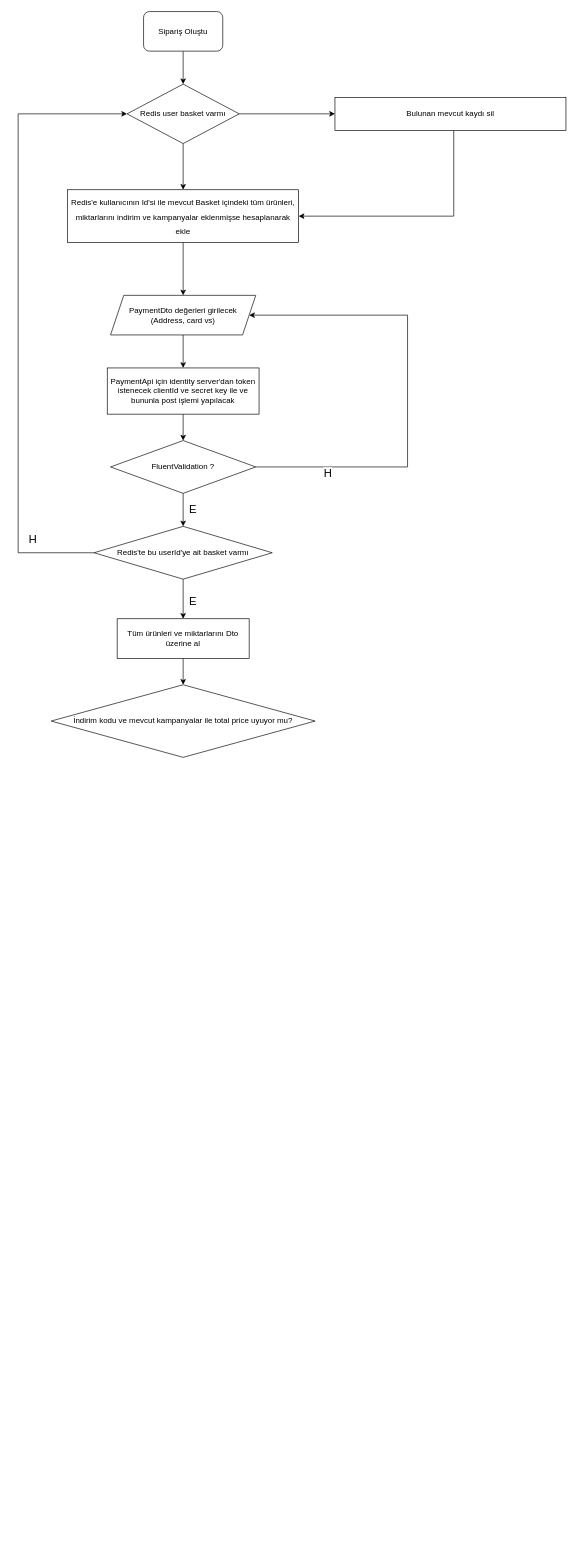
Earlier version of the draw.io diagram FlowCharts/Payment.drawio (serhatayata/ECProject-Microservices). Source tidied: cells renumbered, new cells numbered last; positions are measured from the earlier drawing's top-left corner, leaving out a move shared by most shapes. Both pictures are drawn from the tidied source at 66%, with x=0, y=0 at pixel (18, 11).
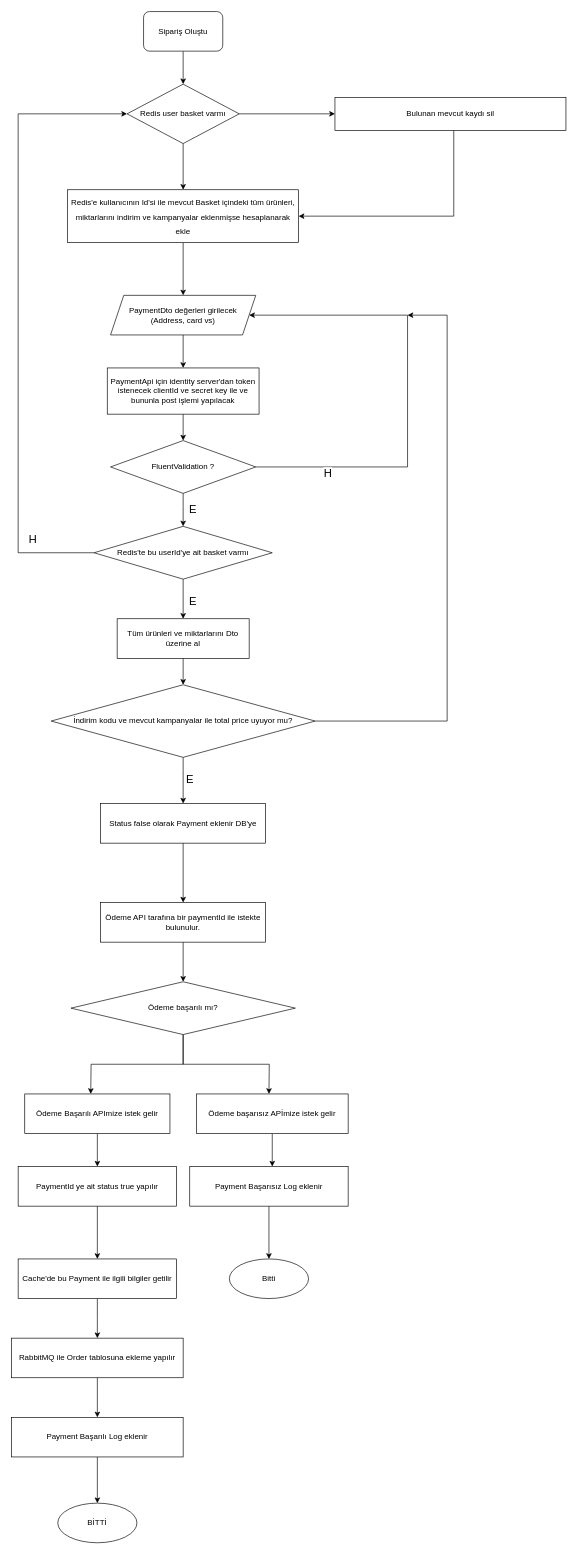
After the change.

The change refers to these unchanged cells:
```xml
<mxCell id="27" value="İndirim kodu ve mevcut kampanyalar ile total price uyuyor mu?" style="rhombus;whiteSpace=wrap;html=1;" parent="1" vertex="1">
  <mxGeometry x="50" y="1020" width="400" height="110" as="geometry" />
</mxCell>
```

What changed in the source:
```diff
@@
+    <mxCell id="28" value="E" style="edgeStyle=orthogonalEdgeStyle;rounded=0;jettySize=auto;html=1;fontSize=17;" parent="1" edge="1" source="27">
+      <mxGeometry y="10" relative="1" as="geometry">
+        <mxPoint x="250" y="1200" as="targetPoint" />
+        <Array as="points">
+          <mxPoint x="250" y="1150" />
+          <mxPoint x="250" y="1150" />
+        </Array>
+      </mxGeometry>
+    </mxCell>
+    <mxCell id="29" style="edgeStyle=orthogonalEdgeStyle;rounded=0;jettySize=auto;html=1;" parent="1" edge="1" source="27">
+      <mxGeometry relative="1" as="geometry">
+        <mxPoint x="590" y="460" as="targetPoint" />
+        <Array as="points">
+          <mxPoint x="650" y="1075" />
+          <mxPoint x="650" y="460" />
+          <mxPoint x="590" y="460" />
+        </Array>
+      </mxGeometry>
+    </mxCell>
@@
+    <mxCell id="30" style="edgeStyle=orthogonalEdgeStyle;rounded=0;jettySize=auto;html=1;" parent="1" edge="1" source="31" target="34">
+      <mxGeometry relative="1" as="geometry" />
+    </mxCell>
+    <mxCell id="31" value="Ödeme API tarafına bir paymentId ile istekte bulunulur." style="whiteSpace=wrap;html=1;" parent="1" vertex="1">
+      <mxGeometry x="125" y="1350" width="250" height="60" as="geometry" />
+    </mxCell>
+    <mxCell id="32" style="edgeStyle=orthogonalEdgeStyle;rounded=0;jettySize=auto;html=1;" parent="1" edge="1" source="34">
+      <mxGeometry relative="1" as="geometry">
+        <mxPoint x="110" y="1640" as="targetPoint" />
+      </mxGeometry>
+    </mxCell>
+    <mxCell id="33" style="edgeStyle=orthogonalEdgeStyle;rounded=0;jettySize=auto;html=1;" parent="1" edge="1" source="34">
+      <mxGeometry relative="1" as="geometry">
+        <mxPoint x="380" y="1640" as="targetPoint" />
+      </mxGeometry>
+    </mxCell>
+    <mxCell id="34" value="Ödeme başarılı mı?" style="rhombus;whiteSpace=wrap;html=1;" parent="1" vertex="1">
+      <mxGeometry x="80" y="1470" width="340" height="80" as="geometry" />
+    </mxCell>
+    <mxCell id="35" style="edgeStyle=orthogonalEdgeStyle;rounded=0;jettySize=auto;html=1;" parent="1" edge="1" source="36">
+      <mxGeometry relative="1" as="geometry">
+        <mxPoint x="120" y="1750" as="targetPoint" />
+      </mxGeometry>
+    </mxCell>
+    <mxCell id="36" value="Ödeme Başarılı APImize istek gelir" style="rounded=0;whiteSpace=wrap;html=1;" parent="1" vertex="1">
+      <mxGeometry x="10" y="1640" width="220" height="60" as="geometry" />
+    </mxCell>
+    <mxCell id="37" style="edgeStyle=orthogonalEdgeStyle;rounded=0;jettySize=auto;html=1;" parent="1" edge="1" source="38">
+      <mxGeometry relative="1" as="geometry">
+        <mxPoint x="385" y="1750" as="targetPoint" />
+      </mxGeometry>
+    </mxCell>
+    <mxCell id="38" value="Ödeme başarısız APİmize istek gelir" style="rounded=0;whiteSpace=wrap;html=1;" parent="1" vertex="1">
+      <mxGeometry x="270" y="1640" width="230" height="60" as="geometry" />
+    </mxCell>
+    <mxCell id="39" style="edgeStyle=orthogonalEdgeStyle;rounded=0;jettySize=auto;html=1;" parent="1" edge="1" source="40">
+      <mxGeometry relative="1" as="geometry">
+        <mxPoint x="120" y="2010" as="targetPoint" />
+      </mxGeometry>
+    </mxCell>
+    <mxCell id="40" value="Cache'de bu Payment ile ilgili bilgiler getilir" style="whiteSpace=wrap;html=1;rounded=0;" parent="1" vertex="1">
+      <mxGeometry y="1890" width="240" height="60" as="geometry" />
+    </mxCell>
+    <mxCell id="41" style="edgeStyle=orthogonalEdgeStyle;rounded=0;jettySize=auto;html=1;" parent="1" edge="1" source="42" target="43">
+      <mxGeometry relative="1" as="geometry" />
+    </mxCell>
+    <mxCell id="42" value="Payment Başarılı Log eklenir" style="whiteSpace=wrap;html=1;rounded=0;" parent="1" vertex="1">
+      <mxGeometry x="-10" y="2130" width="260" height="60" as="geometry" />
+    </mxCell>
+    <mxCell id="43" value="BİTTİ" style="ellipse;whiteSpace=wrap;html=1;rounded=0;" parent="1" vertex="1">
+      <mxGeometry x="60" y="2260" width="120" height="60" as="geometry" />
+    </mxCell>
+    <mxCell id="44" style="edgeStyle=orthogonalEdgeStyle;rounded=0;jettySize=auto;html=1;" parent="1" edge="1" source="45" target="31">
+      <mxGeometry relative="1" as="geometry" />
+    </mxCell>
+    <mxCell id="45" value="Status false olarak Payment eklenir DB'ye" style="whiteSpace=wrap;html=1;" parent="1" vertex="1">
+      <mxGeometry x="125" y="1200" width="250" height="60" as="geometry" />
+    </mxCell>
+    <mxCell id="46" style="edgeStyle=orthogonalEdgeStyle;rounded=0;jettySize=auto;html=1;" parent="1" edge="1" source="47" target="40">
+      <mxGeometry relative="1" as="geometry" />
+    </mxCell>
+    <mxCell id="47" value="PaymentId ye ait status true yapılır" style="whiteSpace=wrap;html=1;rounded=0;" parent="1" vertex="1">
+      <mxGeometry y="1750" width="240" height="60" as="geometry" />
+    </mxCell>
+    <mxCell id="48" style="edgeStyle=orthogonalEdgeStyle;rounded=0;jettySize=auto;html=1;" parent="1" edge="1" source="49" target="52">
+      <mxGeometry relative="1" as="geometry" />
+    </mxCell>
+    <mxCell id="49" value="Payment Başarısız Log eklenir" style="whiteSpace=wrap;html=1;rounded=0;" parent="1" vertex="1">
+      <mxGeometry x="260" y="1750" width="240" height="60" as="geometry" />
+    </mxCell>
+    <mxCell id="50" style="edgeStyle=orthogonalEdgeStyle;rounded=0;jettySize=auto;html=1;" parent="1" edge="1" source="51" target="42">
+      <mxGeometry relative="1" as="geometry" />
+    </mxCell>
+    <mxCell id="51" value="RabbitMQ ile Order tablosuna ekleme yapılır" style="whiteSpace=wrap;html=1;rounded=0;" parent="1" vertex="1">
+      <mxGeometry x="-10" y="2010" width="260" height="60" as="geometry" />
+    </mxCell>
+    <mxCell id="52" value="Bitti" style="ellipse;whiteSpace=wrap;html=1;rounded=0;" parent="1" vertex="1">
+      <mxGeometry x="320" y="1890" width="120" height="60" as="geometry" />
+    </mxCell>
```
